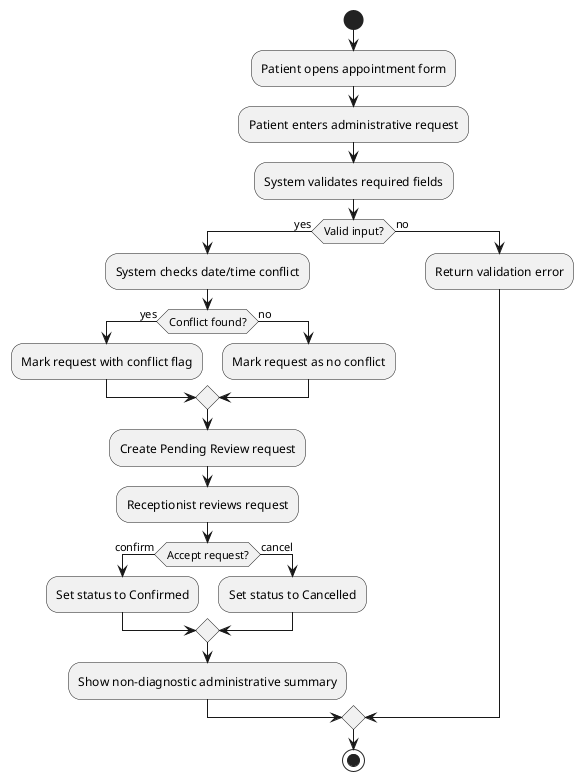
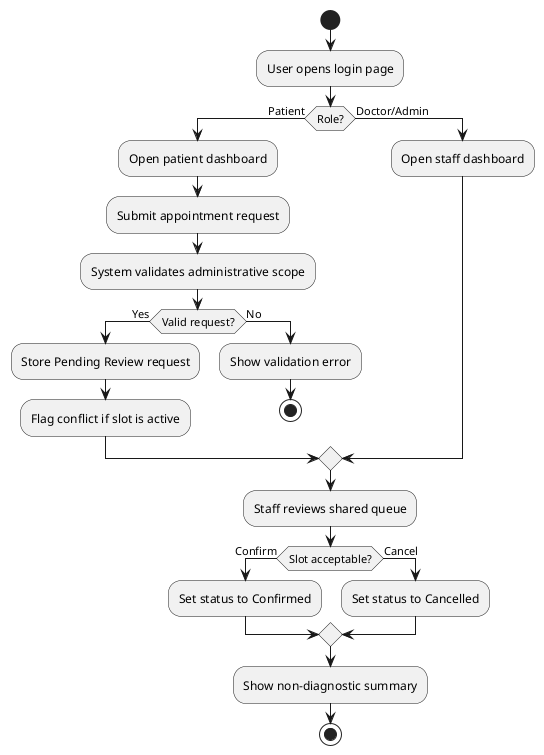
@startuml
start
- :Patient opens appointment form;
- :Patient enters administrative request;
- :System validates required fields;
- if (Valid input?) then (yes)
-   :System checks date/time conflict;
-   if (Conflict found?) then (yes)
-     :Mark request with conflict flag;
-   else (no)
-     :Mark request as no conflict;
+ :User opens login page;
+ if (Role?) then (Patient)
+   :Open patient dashboard;
+   :Submit appointment request;
+   :System validates administrative scope;
+   if (Valid request?) then (Yes)
+     :Store Pending Review request;
+     :Flag conflict if slot is active;
+   else (No)
+     :Show validation error;
+     stop
  endif
-   :Create Pending Review request;
-   :Receptionist reviews request;
-   if (Accept request?) then (confirm)
-     :Set status to Confirmed;
-   else (cancel)
-     :Set status to Cancelled;
-   endif
-   :Show non-diagnostic administrative summary;
- else (no)
-   :Return validation error;
+ else (Doctor/Admin)
+   :Open staff dashboard;
endif
+ :Staff reviews shared queue;
+ if (Slot acceptable?) then (Confirm)
+   :Set status to Confirmed;
+ else (Cancel)
+   :Set status to Cancelled;
+ endif
+ :Show non-diagnostic summary;
stop
@enduml
